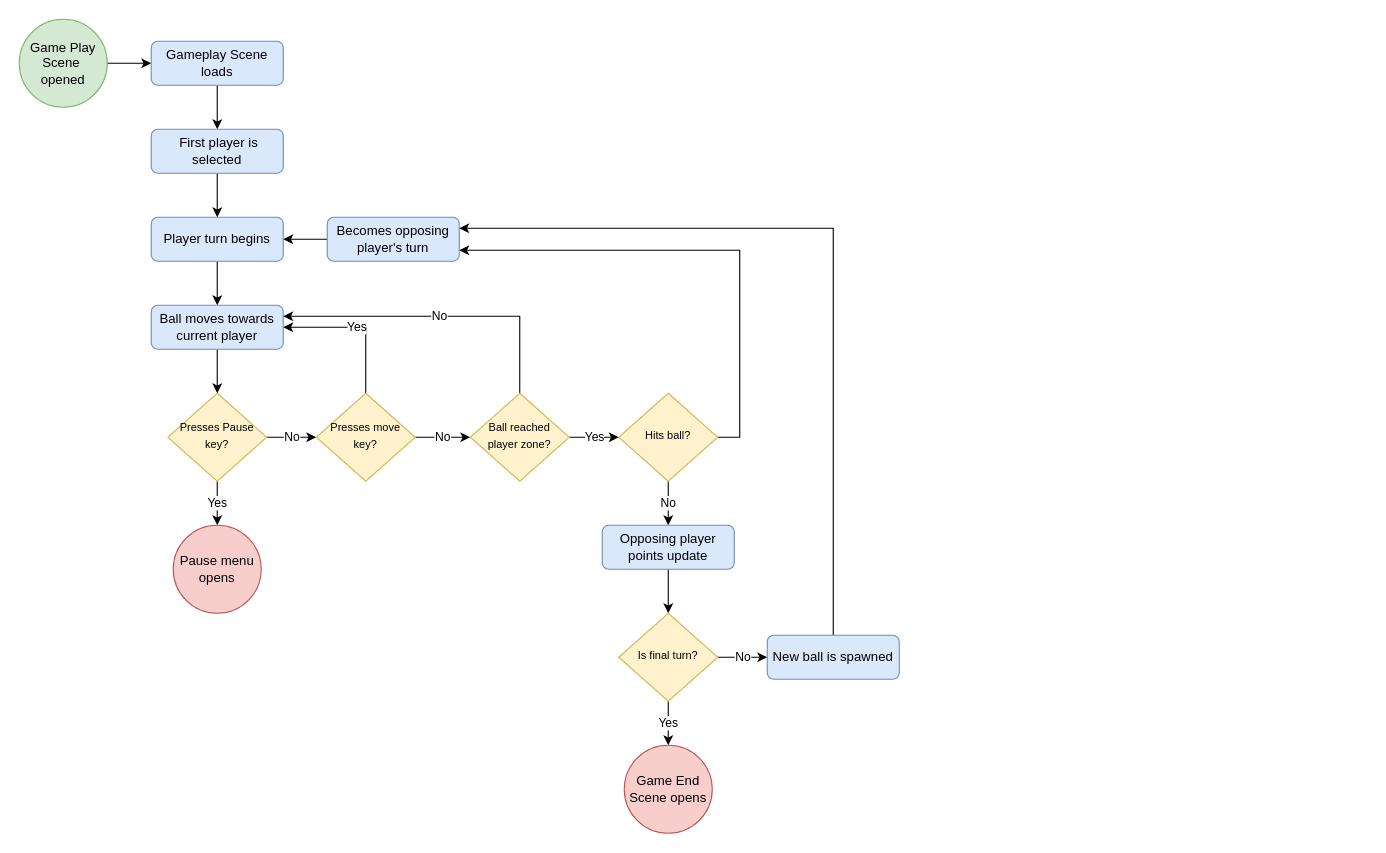
Earlier version of the draw.io diagram GameplayScene.drawio (zkturman/TiltaPong). Source tidied: cells renumbered, new cells numbered last; positions are measured from the earlier drawing's top-left corner, leaving out a move shared by most shapes. Both pictures are drawn from the tidied source at 110%, with x=0, y=0 at pixel (19, 19).
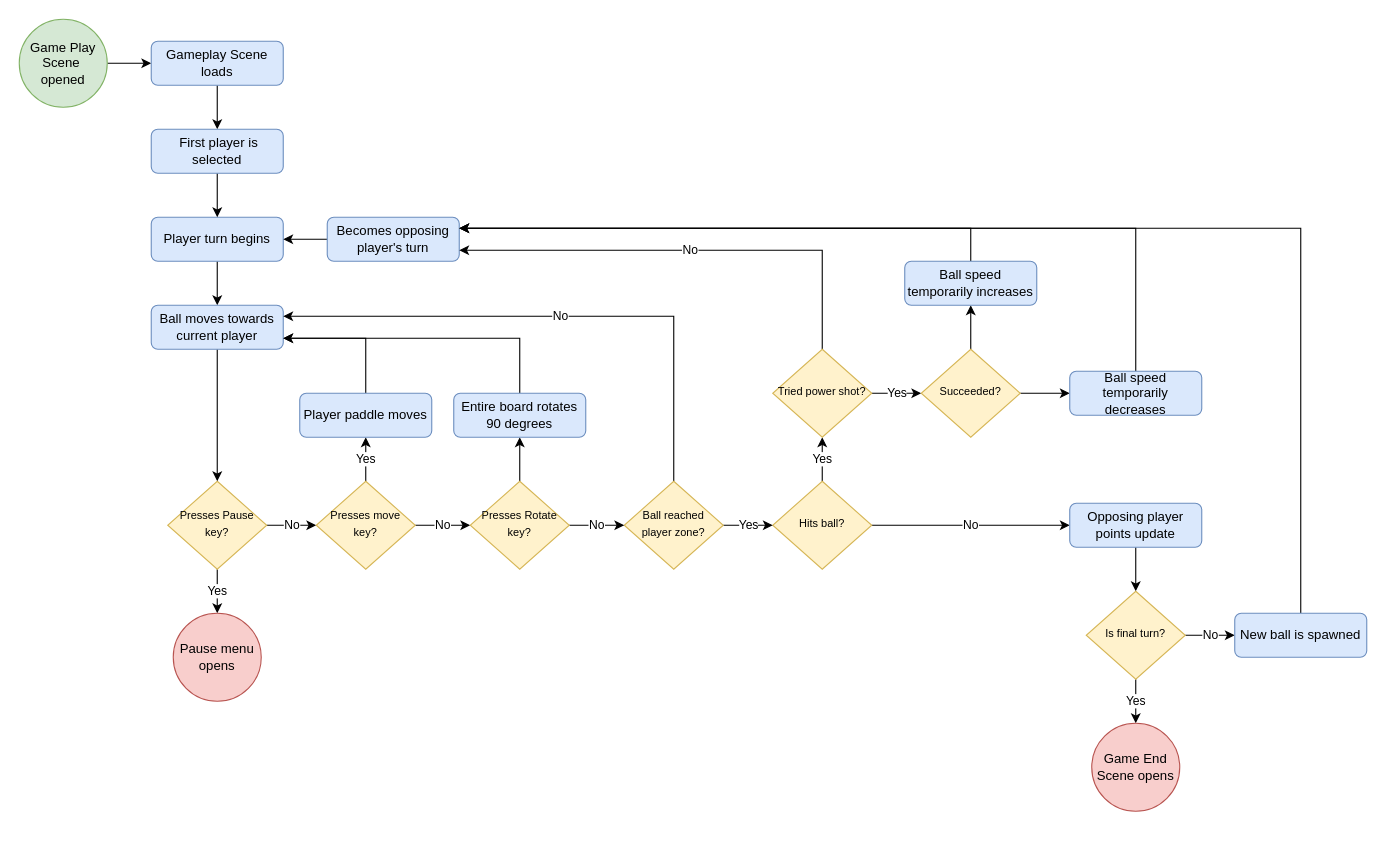
The same page after the edit.

Unchanged cells that the change refers to:
```xml
<mxCell id="12" value="Becomes opposing player's turn" style="rounded=1;whiteSpace=wrap;html=1;fillColor=#dae8fc;strokeColor=#6c8ebf;" parent="1" vertex="1">
  <mxGeometry x="280" y="180" width="120" height="40" as="geometry" />
</mxCell>
<mxCell id="22" value="Ball moves towards current player" style="rounded=1;whiteSpace=wrap;html=1;fillColor=#dae8fc;strokeColor=#6c8ebf;" parent="1" vertex="1">
  <mxGeometry x="120" y="260" width="120" height="40" as="geometry" />
</mxCell>
```

The edit, as a diff of the source:
```diff
@@
+    <mxCell id="35" value="Yes" style="edgeStyle=orthogonalEdgeStyle;rounded=0;jettySize=auto;html=1;" parent="1" edge="1" source="6" target="46">
+      <mxGeometry relative="1" as="geometry" />
+    </mxCell>
-    <mxCell id="4" value="No" style="edgeStyle=orthogonalEdgeStyle;rounded=0;jettySize=auto;html=1;exitX=0.5;exitY=1;exitDx=0;exitDy=0;entryX=0.5;entryY=0;entryDx=0;entryDy=0;" parent="1" edge="1" source="6" target="20">
+    <mxCell id="4" value="No" style="edgeStyle=orthogonalEdgeStyle;rounded=0;jettySize=auto;html=1;exitX=1;exitY=0.5;exitDx=0;exitDy=0;entryX=0;entryY=0.5;entryDx=0;entryDy=0;" parent="1" edge="1" source="6" target="20">
       <mxGeometry relative="1" as="geometry" />
     </mxCell>
-    <mxCell id="5" style="edgeStyle=orthogonalEdgeStyle;rounded=0;jettySize=auto;html=1;exitX=1;exitY=0.5;exitDx=0;exitDy=0;entryX=1;entryY=0.75;entryDx=0;entryDy=0;" parent="1" edge="1" source="6" target="12">
-      <mxGeometry relative="1" as="geometry" />
-    </mxCell>
     <mxCell id="6" value="&lt;span style=&quot;font-size: 10px&quot;&gt;Hits ball?&lt;/span&gt;" style="rhombus;whiteSpace=wrap;html=1;shadow=0;fontFamily=Helvetica;fontSize=12;align=center;strokeWidth=1;spacing=6;spacingTop=-4;fillColor=#fff2cc;strokeColor=#d6b656;" parent="1" vertex="1">
-      <mxGeometry x="545" y="340" width="90" height="80" as="geometry" />
+      <mxGeometry x="685" y="420" width="90" height="80" as="geometry" />
     </mxCell>
@@
     <mxCell id="17" value="&lt;span style=&quot;font-size: 10px&quot;&gt;Presses Pause key?&lt;/span&gt;" style="rhombus;whiteSpace=wrap;html=1;shadow=0;fontFamily=Helvetica;fontSize=12;align=center;strokeWidth=1;spacing=6;spacingTop=-4;fillColor=#fff2cc;strokeColor=#d6b656;" parent="1" vertex="1">
-      <mxGeometry x="135" y="340" width="90" height="80" as="geometry" />
+      <mxGeometry x="135" y="420" width="90" height="80" as="geometry" />
     </mxCell>
     <mxCell id="18" value="Pause menu opens" style="ellipse;whiteSpace=wrap;html=1;fillColor=#f8cecc;strokeColor=#b85450;" parent="1" vertex="1">
-      <mxGeometry x="140" y="460" width="80" height="80" as="geometry" />
+      <mxGeometry x="140" y="540" width="80" height="80" as="geometry" />
     </mxCell>
@@
     <mxCell id="20" value="Opposing player points update" style="rounded=1;whiteSpace=wrap;html=1;fillColor=#dae8fc;strokeColor=#6c8ebf;" parent="1" vertex="1">
-      <mxGeometry x="530" y="460" width="120" height="40" as="geometry" />
+      <mxGeometry x="955" y="440" width="120" height="40" as="geometry" />
     </mxCell>
@@
     <mxCell id="25" value="&lt;span style=&quot;font-size: 10px&quot;&gt;Is final turn?&lt;/span&gt;" style="rhombus;whiteSpace=wrap;html=1;shadow=0;fontFamily=Helvetica;fontSize=12;align=center;strokeWidth=1;spacing=6;spacingTop=-4;fillColor=#fff2cc;strokeColor=#d6b656;" parent="1" vertex="1">
-      <mxGeometry x="545" y="540" width="90" height="80" as="geometry" />
+      <mxGeometry x="970" y="520" width="90" height="80" as="geometry" />
     </mxCell>
     <mxCell id="26" value="Game End Scene opens" style="ellipse;whiteSpace=wrap;html=1;fillColor=#f8cecc;strokeColor=#b85450;" parent="1" vertex="1">
-      <mxGeometry x="550" y="660" width="80" height="80" as="geometry" />
+      <mxGeometry x="975" y="640" width="80" height="80" as="geometry" />
     </mxCell>
-    <mxCell id="27" value="Yes" style="edgeStyle=orthogonalEdgeStyle;rounded=0;jettySize=auto;html=1;exitX=0.5;exitY=0;exitDx=0;exitDy=0;entryX=1;entryY=0.5;entryDx=0;entryDy=0;" parent="1" edge="1" source="29" target="22">
+    <mxCell id="27" value="Yes" style="edgeStyle=orthogonalEdgeStyle;rounded=0;jettySize=auto;html=1;exitX=0.5;exitY=0;exitDx=0;exitDy=0;entryX=0.5;entryY=1;entryDx=0;entryDy=0;" parent="1" edge="1" source="29" target="41">
       <mxGeometry relative="1" as="geometry" />
     </mxCell>
-    <mxCell id="28" value="No" style="edgeStyle=orthogonalEdgeStyle;rounded=0;jettySize=auto;html=1;" parent="1" edge="1" source="29" target="32">
-      <mxGeometry relative="1" as="geometry" />
-    </mxCell>
+    <mxCell id="36" value="No" style="edgeStyle=orthogonalEdgeStyle;rounded=0;jettySize=auto;html=1;exitX=1;exitY=0.5;exitDx=0;exitDy=0;" parent="1" edge="1" source="29" target="39">
+      <mxGeometry relative="1" as="geometry" />
+    </mxCell>
     <mxCell id="29" value="&lt;span style=&quot;font-size: 10px&quot;&gt;Presses move key?&lt;/span&gt;" style="rhombus;whiteSpace=wrap;html=1;shadow=0;fontFamily=Helvetica;fontSize=12;align=center;strokeWidth=1;spacing=6;spacingTop=-4;fillColor=#fff2cc;strokeColor=#d6b656;" parent="1" vertex="1">
-      <mxGeometry x="270" y="340" width="90" height="80" as="geometry" />
+      <mxGeometry x="270" y="420" width="90" height="80" as="geometry" />
     </mxCell>
@@
     <mxCell id="32" value="&lt;span style=&quot;font-size: 10px&quot;&gt;Ball reached player zone?&lt;/span&gt;" style="rhombus;whiteSpace=wrap;html=1;shadow=0;fontFamily=Helvetica;fontSize=12;align=center;strokeWidth=1;spacing=6;spacingTop=-4;fillColor=#fff2cc;strokeColor=#d6b656;" parent="1" vertex="1">
-      <mxGeometry x="410" y="340" width="90" height="80" as="geometry" />
+      <mxGeometry x="550" y="420" width="90" height="80" as="geometry" />
     </mxCell>
-    <mxCell id="33" style="edgeStyle=orthogonalEdgeStyle;rounded=0;jettySize=auto;html=1;entryX=1;entryY=0.25;entryDx=0;entryDy=0;" parent="1" edge="1" source="34" target="12">
+    <mxCell id="33" style="edgeStyle=orthogonalEdgeStyle;rounded=0;jettySize=auto;html=1;entryX=1;entryY=0.25;entryDx=0;entryDy=0;exitX=0.5;exitY=0;exitDx=0;exitDy=0;" parent="1" edge="1" source="34" target="12">
       <mxGeometry relative="1" as="geometry">
         <Array as="points">
-          <mxPoint x="740" y="190" />
+          <mxPoint x="1165" y="190" />
         </Array>
       </mxGeometry>
     </mxCell>
     <mxCell id="34" value="New ball is spawned" style="rounded=1;whiteSpace=wrap;html=1;fillColor=#dae8fc;strokeColor=#6c8ebf;" parent="1" vertex="1">
-      <mxGeometry x="680" y="560" width="120" height="40" as="geometry" />
+      <mxGeometry x="1105" y="540" width="120" height="40" as="geometry" />
     </mxCell>
+    <mxCell id="37" value="No" style="edgeStyle=orthogonalEdgeStyle;rounded=0;jettySize=auto;html=1;exitX=1;exitY=0.5;exitDx=0;exitDy=0;entryX=0;entryY=0.5;entryDx=0;entryDy=0;" parent="1" edge="1" source="39" target="32">
+      <mxGeometry relative="1" as="geometry" />
+    </mxCell>
+    <mxCell id="38" style="edgeStyle=orthogonalEdgeStyle;rounded=0;jettySize=auto;html=1;" parent="1" edge="1" source="39" target="43">
+      <mxGeometry relative="1" as="geometry" />
+    </mxCell>
+    <mxCell id="39" value="&lt;span style=&quot;font-size: 10px&quot;&gt;Presses Rotate key?&lt;/span&gt;" style="rhombus;whiteSpace=wrap;html=1;shadow=0;fontFamily=Helvetica;fontSize=12;align=center;strokeWidth=1;spacing=6;spacingTop=-4;fillColor=#fff2cc;strokeColor=#d6b656;" parent="1" vertex="1">
+      <mxGeometry x="410" y="420" width="90" height="80" as="geometry" />
+    </mxCell>
+    <mxCell id="40" style="edgeStyle=orthogonalEdgeStyle;rounded=0;jettySize=auto;html=1;exitX=0.5;exitY=0;exitDx=0;exitDy=0;entryX=1;entryY=0.75;entryDx=0;entryDy=0;" parent="1" edge="1" source="41" target="22">
+      <mxGeometry relative="1" as="geometry" />
+    </mxCell>
+    <mxCell id="41" value="Player paddle moves" style="rounded=1;whiteSpace=wrap;html=1;fillColor=#dae8fc;strokeColor=#6c8ebf;" parent="1" vertex="1">
+      <mxGeometry x="255" y="340" width="120" height="40" as="geometry" />
+    </mxCell>
+    <mxCell id="42" style="edgeStyle=orthogonalEdgeStyle;rounded=0;jettySize=auto;html=1;exitX=0.5;exitY=0;exitDx=0;exitDy=0;" parent="1" edge="1" source="43">
+      <mxGeometry relative="1" as="geometry">
+        <mxPoint x="240" y="290" as="targetPoint" />
+        <Array as="points">
+          <mxPoint x="455" y="290" />
+        </Array>
+      </mxGeometry>
+    </mxCell>
+    <mxCell id="43" value="Entire board rotates 90 degrees" style="rounded=1;whiteSpace=wrap;html=1;fillColor=#dae8fc;strokeColor=#6c8ebf;" parent="1" vertex="1">
+      <mxGeometry x="395" y="340" width="120" height="40" as="geometry" />
+    </mxCell>
+    <mxCell id="44" value="Yes" style="edgeStyle=orthogonalEdgeStyle;rounded=0;jettySize=auto;html=1;" parent="1" edge="1" source="46" target="49">
+      <mxGeometry relative="1" as="geometry" />
+    </mxCell>
+    <mxCell id="45" value="No" style="edgeStyle=orthogonalEdgeStyle;rounded=0;jettySize=auto;html=1;exitX=0.5;exitY=0;exitDx=0;exitDy=0;entryX=1;entryY=0.75;entryDx=0;entryDy=0;" parent="1" edge="1" source="46" target="12">
+      <mxGeometry relative="1" as="geometry" />
+    </mxCell>
+    <mxCell id="46" value="&lt;span style=&quot;font-size: 10px&quot;&gt;Tried power shot?&lt;/span&gt;" style="rhombus;whiteSpace=wrap;html=1;shadow=0;fontFamily=Helvetica;fontSize=12;align=center;strokeWidth=1;spacing=6;spacingTop=-4;fillColor=#fff2cc;strokeColor=#d6b656;" parent="1" vertex="1">
+      <mxGeometry x="685" y="300" width="90" height="80" as="geometry" />
+    </mxCell>
+    <mxCell id="47" style="edgeStyle=orthogonalEdgeStyle;rounded=0;jettySize=auto;html=1;" parent="1" edge="1" source="49" target="51">
+      <mxGeometry relative="1" as="geometry" />
+    </mxCell>
+    <mxCell id="48" style="edgeStyle=orthogonalEdgeStyle;rounded=0;jettySize=auto;html=1;" parent="1" edge="1" source="49" target="53">
+      <mxGeometry relative="1" as="geometry" />
+    </mxCell>
+    <mxCell id="49" value="&lt;span style=&quot;font-size: 10px&quot;&gt;Succeeded?&lt;/span&gt;" style="rhombus;whiteSpace=wrap;html=1;shadow=0;fontFamily=Helvetica;fontSize=12;align=center;strokeWidth=1;spacing=6;spacingTop=-4;fillColor=#fff2cc;strokeColor=#d6b656;" parent="1" vertex="1">
+      <mxGeometry x="820" y="300" width="90" height="80" as="geometry" />
+    </mxCell>
+    <mxCell id="50" style="edgeStyle=orthogonalEdgeStyle;rounded=0;jettySize=auto;html=1;exitX=0.5;exitY=0;exitDx=0;exitDy=0;entryX=1;entryY=0.25;entryDx=0;entryDy=0;" parent="1" edge="1" source="51" target="12">
+      <mxGeometry relative="1" as="geometry" />
+    </mxCell>
+    <mxCell id="51" value="Ball speed temporarily increases" style="rounded=1;whiteSpace=wrap;html=1;fillColor=#dae8fc;strokeColor=#6c8ebf;" parent="1" vertex="1">
+      <mxGeometry x="805" y="220" width="120" height="40" as="geometry" />
+    </mxCell>
+    <mxCell id="52" style="edgeStyle=orthogonalEdgeStyle;rounded=0;jettySize=auto;html=1;exitX=0.5;exitY=0;exitDx=0;exitDy=0;" parent="1" edge="1" source="53">
+      <mxGeometry relative="1" as="geometry">
+        <mxPoint x="400" y="190" as="targetPoint" />
+        <Array as="points">
+          <mxPoint x="1015" y="190" />
+        </Array>
+      </mxGeometry>
+    </mxCell>
+    <mxCell id="53" value="Ball speed temporarily decreases" style="rounded=1;whiteSpace=wrap;html=1;fillColor=#dae8fc;strokeColor=#6c8ebf;" parent="1" vertex="1">
+      <mxGeometry x="955" y="320" width="120" height="40" as="geometry" />
+    </mxCell>
```
